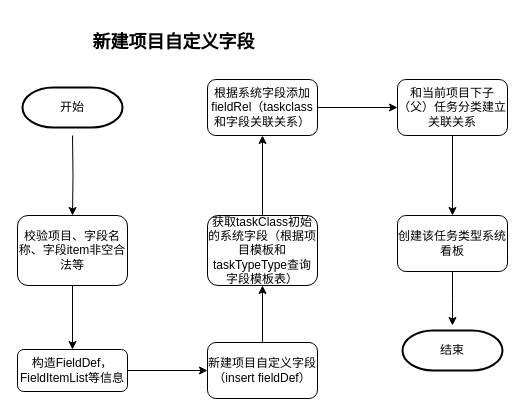
Above: page "Page-1" (1 of 2) of 新建任务分类.drawio in weizp-a/java8-tutorial (draw.io), before the change. Source tidied: cells renumbered, new cells numbered last; positions are measured from the earlier drawing's top-left corner, leaving out a move shared by most shapes. Both pictures are drawn from the tidied source at 100%, with x=0, y=0 at pixel (17, 17).
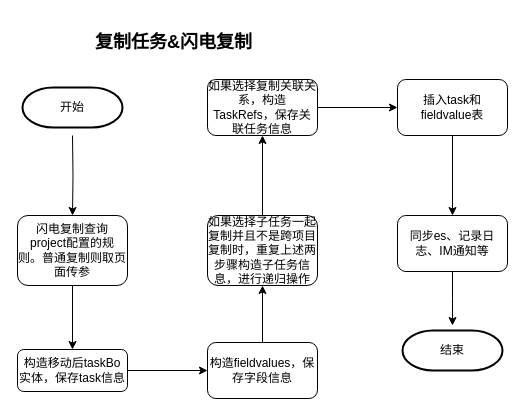
The same page after the edit.

Commit message:
复制任务&闪电复制.drawio

Diff of the diagram source:
```diff
@@
-    <mxCell id="6" value="校验项目、字段名称、字段item非空合法等" style="rounded=1;whiteSpace=wrap;html=1;" parent="1" vertex="1">
+    <mxCell id="6" value="闪电复制查询project配置的规则。普通复制则取页面传参" style="rounded=1;whiteSpace=wrap;html=1;" parent="1" vertex="1">
       <mxGeometry y="198" width="110" height="70" as="geometry" />
     </mxCell>
@@
-    <mxCell id="8" value="构造FieldDef，FieldItemList等信息" style="rounded=1;whiteSpace=wrap;html=1;" parent="1" vertex="1">
+    <mxCell id="8" value="构造移动后taskBo实体，保存task信息" style="rounded=1;whiteSpace=wrap;html=1;" parent="1" vertex="1">
       <mxGeometry y="332" width="110" height="42" as="geometry" />
     </mxCell>
@@
-    <mxCell id="10" value="新建项目自定义字段（insert fieldDef）" style="rounded=1;whiteSpace=wrap;html=1;" parent="1" vertex="1">
+    <mxCell id="10" value="构造fieldvalues，保存字段信息" style="rounded=1;whiteSpace=wrap;html=1;" parent="1" vertex="1">
       <mxGeometry x="190" y="325" width="110" height="56" as="geometry" />
     </mxCell>
@@
-    <mxCell id="12" value="获取taskClass初始的系统字段（根据项目模板和taskTypeType查询字段模板表）" style="rounded=1;whiteSpace=wrap;html=1;" parent="1" vertex="1">
+    <mxCell id="12" value="如果选择子任务一起复制并且不是跨项目复制时，重复上述两步骤构造子任务信息，进行递归操作" style="rounded=1;whiteSpace=wrap;html=1;" parent="1" vertex="1">
       <mxGeometry x="190" y="198" width="110" height="70" as="geometry" />
     </mxCell>
@@
-    <mxCell id="14" value="根据系统字段添加fieldRel（taskclass和字段关联关系）" style="rounded=1;whiteSpace=wrap;html=1;" parent="1" vertex="1">
+    <mxCell id="14" value="如果选择复制关联关系，构造TaskRefs，保存关联任务信息" style="rounded=1;whiteSpace=wrap;html=1;" parent="1" vertex="1">
       <mxGeometry x="190" y="62" width="110" height="56" as="geometry" />
     </mxCell>
@@
-    <mxCell id="16" value="和当前项目下子（父）任务分类建立关联关系" style="rounded=1;whiteSpace=wrap;html=1;" parent="1" vertex="1">
+    <mxCell id="16" value="插入task和fieldvalue表" style="rounded=1;whiteSpace=wrap;html=1;" parent="1" vertex="1">
       <mxGeometry x="380" y="62" width="110" height="56" as="geometry" />
     </mxCell>
@@
-    <mxCell id="18" value="创建该任务类型系统看板" style="rounded=1;whiteSpace=wrap;html=1;" parent="1" vertex="1">
+    <mxCell id="18" value="同步es、记录日志、IM通知等" style="rounded=1;whiteSpace=wrap;html=1;" parent="1" vertex="1">
       <mxGeometry x="380" y="198" width="110" height="56" as="geometry" />
     </mxCell>
-    <mxCell id="19" value="&lt;h2&gt;新建项目自定义字段&lt;/h2&gt;" style="text;html=1;align=center;verticalAlign=middle;" parent="1" vertex="1">
-      <mxGeometry x="66" width="180" height="50" as="geometry" />
+    <mxCell id="19" value="&lt;h2&gt;复制任务&amp;amp;闪电复制&lt;/h2&gt;" style="text;html=1;align=center;verticalAlign=middle;" parent="1" vertex="1">
+      <mxGeometry x="71" width="170" height="50" as="geometry" />
     </mxCell>
```
